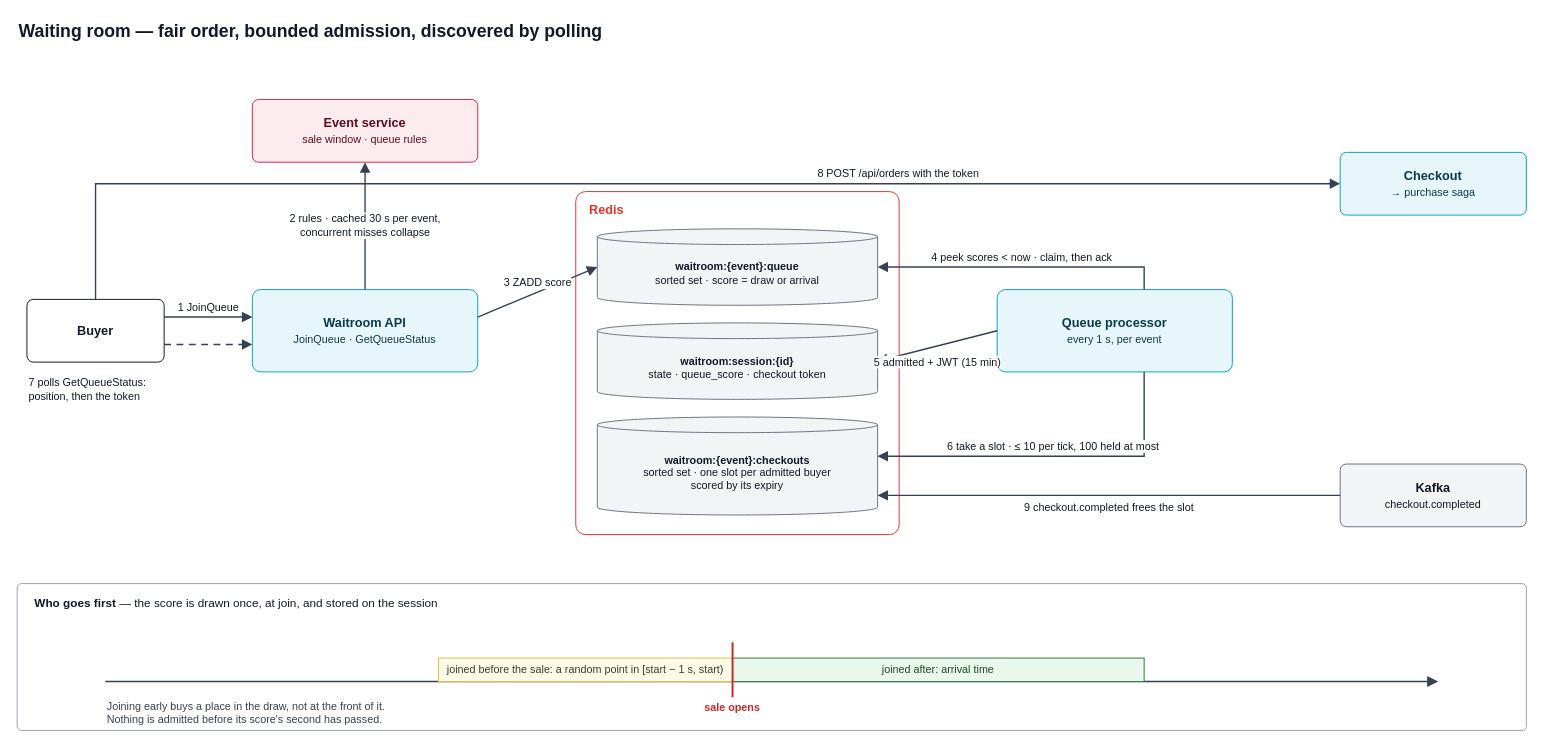
The draw.io diagram docs/diagrams/waitroom-admission.drawio in vogiaan1904/ticket-event-pf, before the edit. Source tidied: cells renumbered, new cells numbered last; positions are measured from the earlier drawing's top-left corner, leaving out a move shared by most shapes. Both pictures are drawn from the tidied source at 98%, with x=0, y=0 at pixel (17, 17).
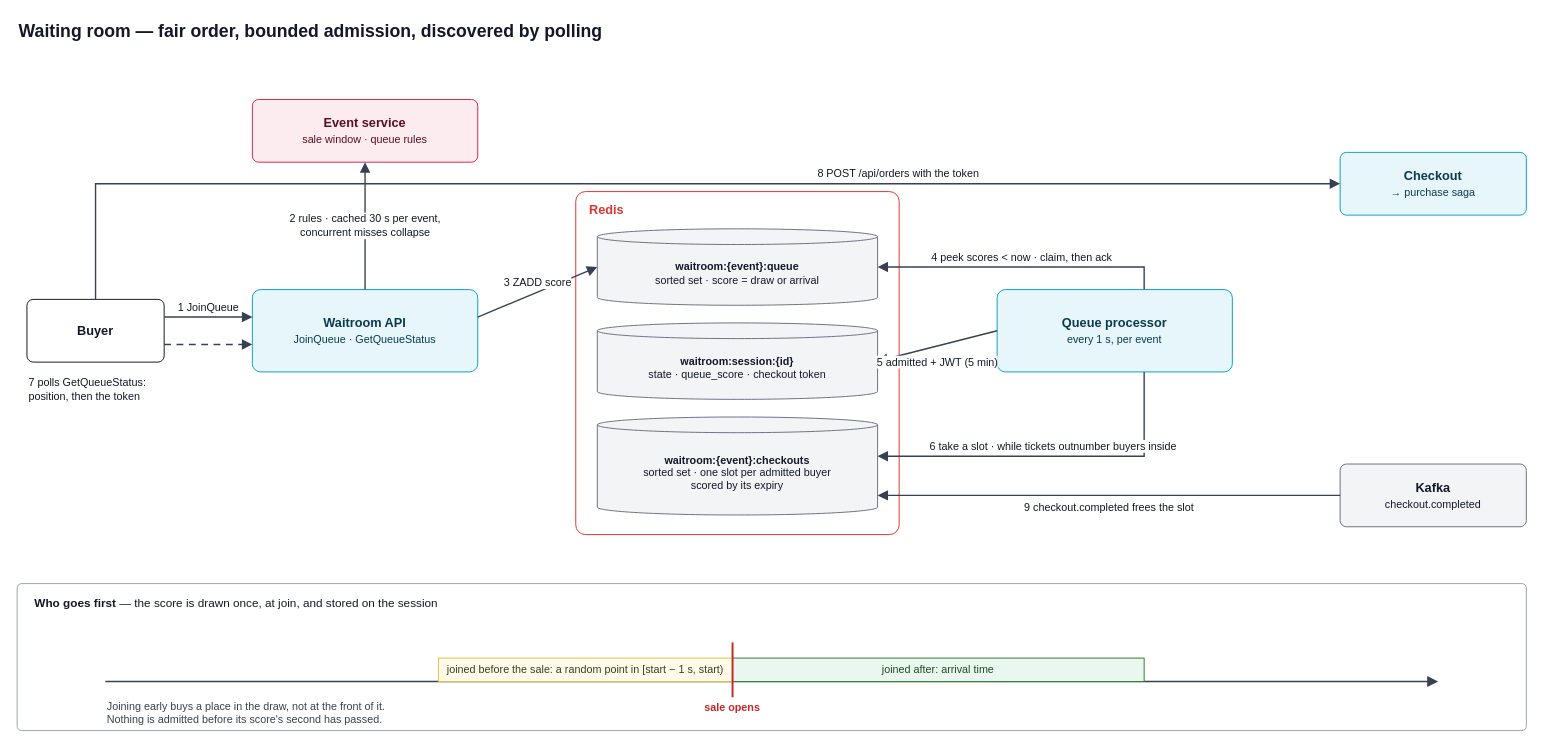
The same diagram, later.

The edit, as a diff of the source:
```diff
@@
-    <mxCell id="18" value="5  admitted + JWT (15 min)" style="html=1;rounded=0;fontFamily=Helvetica;fontSize=11;fontColor=#111827;strokeColor=#374151;strokeWidth=1.4;labelBackgroundColor=#FFFFFF;endArrow=block;endFill=1;endSize=7;" parent="1" edge="1">
+    <mxCell id="18" value="5  admitted + JWT (5 min)" style="html=1;rounded=0;fontFamily=Helvetica;fontSize=11;fontColor=#111827;strokeColor=#374151;strokeWidth=1.4;labelBackgroundColor=#FFFFFF;endArrow=block;endFill=1;endSize=7;" parent="1" edge="1">
       <mxGeometry relative="1" as="geometry">
         <mxPoint x="1000" y="320" as="sourcePoint" />
         <mxPoint x="878" y="351" as="targetPoint" />
         <mxPoint y="16" as="offset" />
       </mxGeometry>
     </mxCell>
-    <mxCell id="19" value="6  take a slot · ≤ 10 per tick, 100 held at most" style="html=1;rounded=0;fontFamily=Helvetica;fontSize=11;fontColor=#111827;strokeColor=#374151;strokeWidth=1.4;labelBackgroundColor=#FFFFFF;endArrow=block;endFill=1;endSize=7;" parent="1" edge="1">
+    <mxCell id="19" value="6  take a slot · while tickets outnumber buyers inside" style="html=1;rounded=0;fontFamily=Helvetica;fontSize=11;fontColor=#111827;strokeColor=#374151;strokeWidth=1.4;labelBackgroundColor=#FFFFFF;endArrow=block;endFill=1;endSize=7;" parent="1" edge="1">
       <mxGeometry relative="1" as="geometry">
         <mxPoint x="1150" y="362" as="sourcePoint" />
         <mxPoint x="878" y="448" as="targetPoint" />
         <Array as="points">
           <mxPoint x="1150" y="448" />
         </Array>
         <mxPoint y="-10" as="offset" />
       </mxGeometry>
     </mxCell>
```
